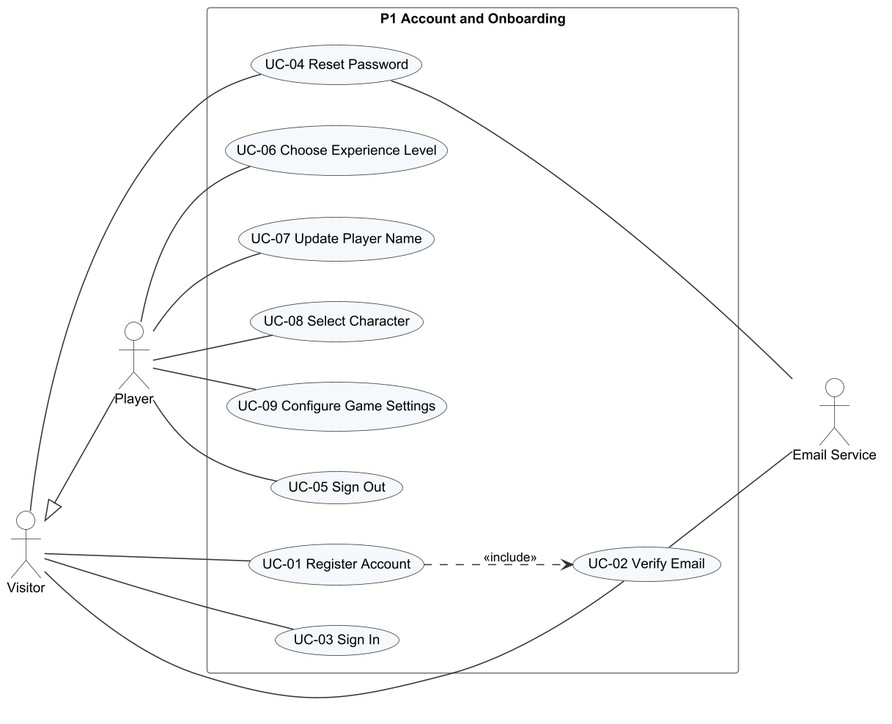
This is Doc/Project_report/Report/diagrams/png/r3_uc_p1_account.png from Tad-Min/PickleVerse, a PlantUML export, as it was before one commit.
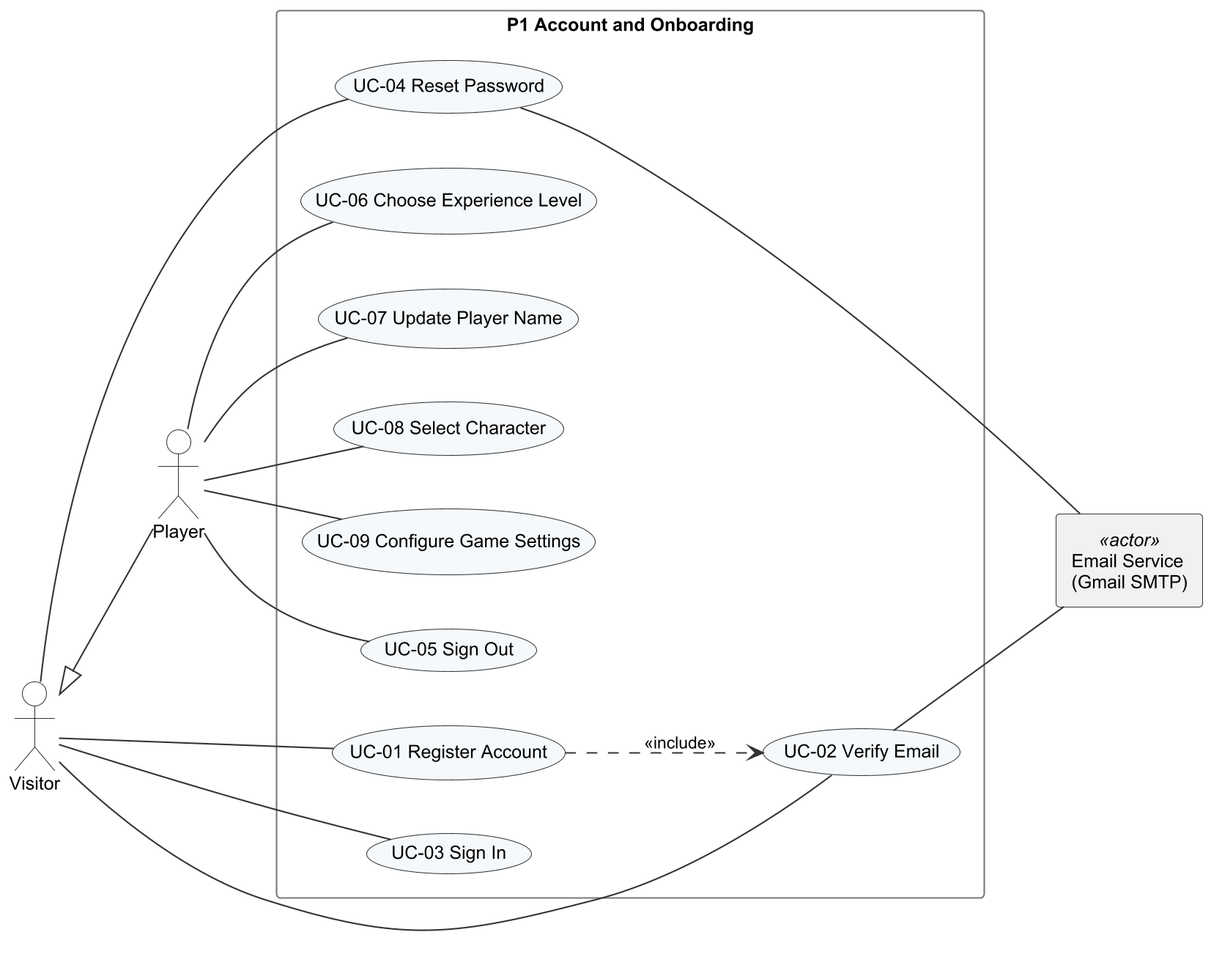
The same diagram one commit later.

Change to the diagram source:
```diff
@@ -3,7 +3,7 @@
 left to right direction
 actor Visitor
 actor Player
-actor "Email Service" as ES
+rectangle "Email Service\n(Gmail SMTP)" as ES <<actor>>
 Player -up-|> Visitor
 rectangle "P1 Account and Onboarding" {
   usecase "UC-01 Register Account" as UC01
```
